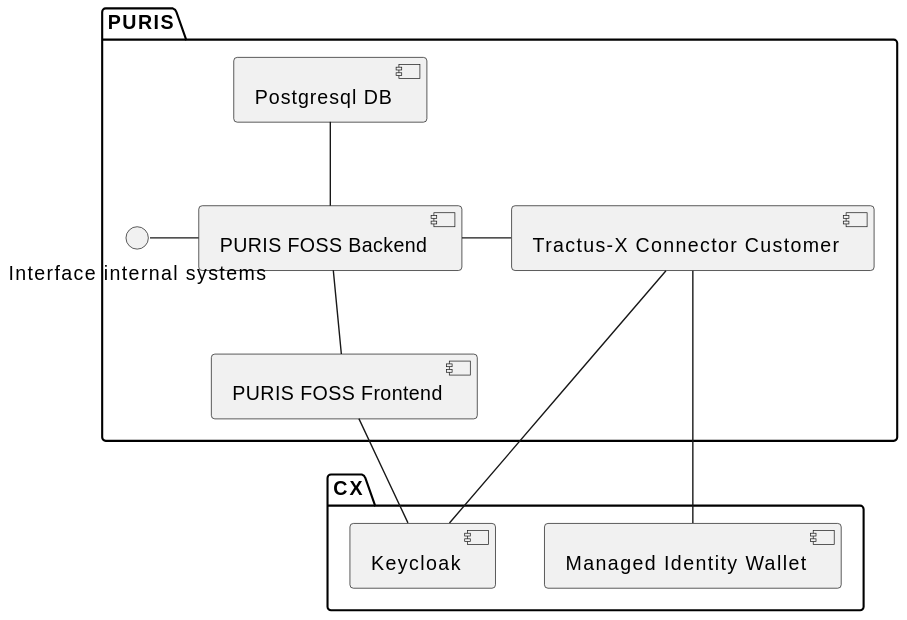
The PlantUML diagram docs/architecture/img/07-deployment-argo.svg in eclipse-tractusx/puris, before a commit. Source of this version:
```plantuml
@startuml
package "PURIS"{

  [Tractus-X Connector Customer] as edc

  [Postgresql DB] as postgres
  [PURIS FOSS Backend] as puris_backend
  [PURIS FOSS Frontend] as puris_frontend

  puris_backend - edc
  postgres -- puris_backend
  "Interface internal systems\n" - puris_backend
  puris_backend -- puris_frontend

}

package "CX" {

  [Keycloak] as keycloak
  [Managed Identity Wallet] as miw

}


edc -- keycloak
edc -- miw
puris_frontend -- keycloak
@enduml
```
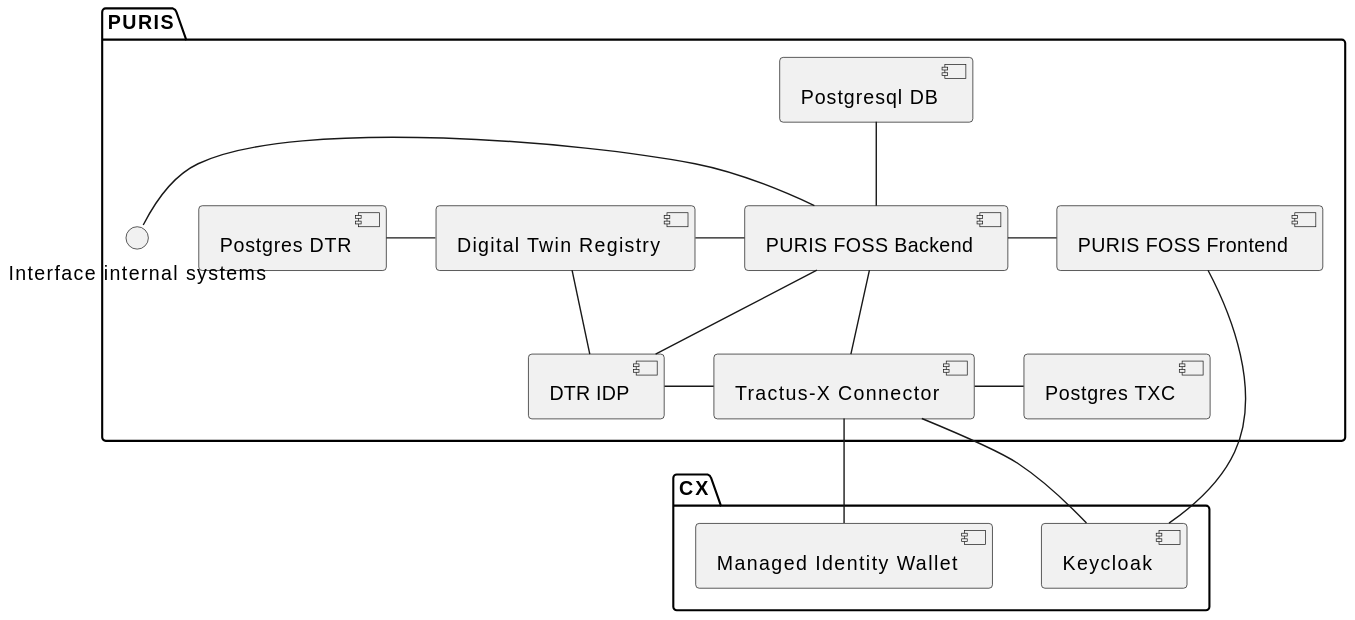
Above is the later version.

Commit message:
docs(architecture): updated deployment svgs

Diff of the diagram source:
```diff
@@ -1,16 +1,26 @@
 @startuml
 package "PURIS"{
 
-  [Tractus-X Connector Customer] as edc
+  [Postgres TXC] as edc_pg
+  [Tractus-X Connector] as edc
+  [Digital Twin Registry] as dtr
+  [DTR IDP] as dtr_idp
+  [Postgres DTR] as dtr_pg
 
   [Postgresql DB] as postgres
   [PURIS FOSS Backend] as puris_backend
   [PURIS FOSS Frontend] as puris_frontend
 
-  puris_backend - edc
+  puris_backend -- edc
+  edc - edc_pg
+  dtr_idp - edc
+  dtr - puris_backend
+  puris_backend -- dtr_idp
+  dtr_pg - dtr
+  dtr -- dtr_idp
   postgres -- puris_backend
   "Interface internal systems\n" - puris_backend
-  puris_backend -- puris_frontend
+  puris_backend - puris_frontend
 
 }
 
@@ -21,7 +31,6 @@
 
 }
 
-
 edc -- keycloak
 edc -- miw
 puris_frontend -- keycloak
```
